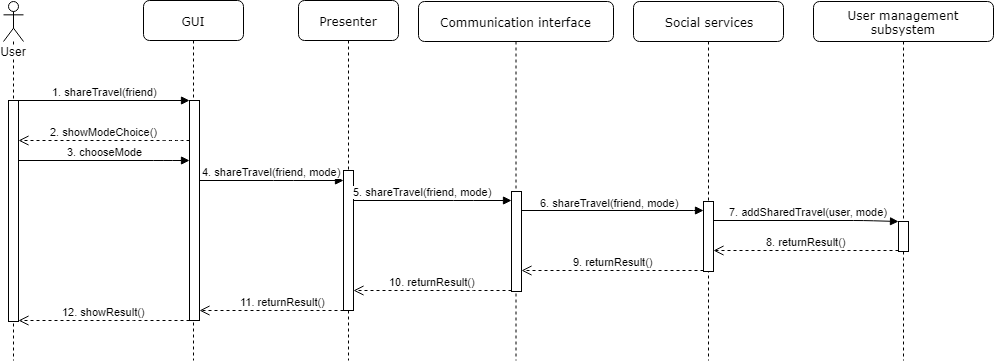
Before: Documents/images/shareTravel.png, a diagram exported from draw.io (dorotatomczak/TravelPlannerApp). Source tidied: cells renumbered, new cells last; positions are measured from the earlier drawing's top-left corner, leaving out a move shared by most shapes.
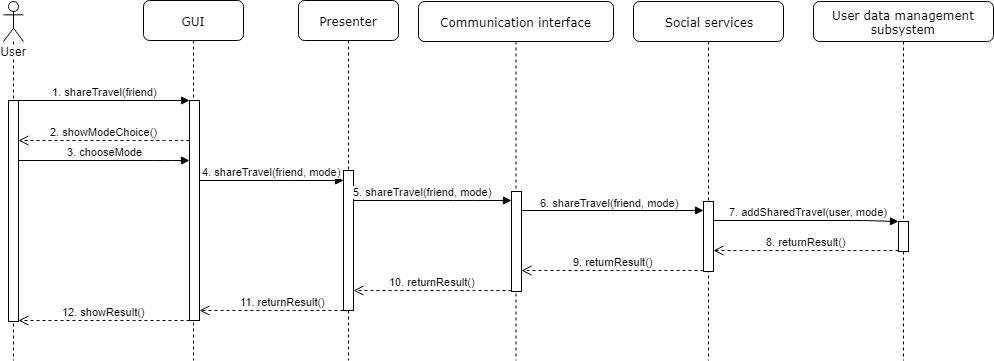
Above is the later version.

Change to the diagram source:
```diff
@@ -20,7 +20,7 @@
     <mxCell id="7" style="html=1;points=[];perimeter=orthogonalPerimeter;" parent="6" vertex="1">
       <mxGeometry x="93" y="190" width="10" height="100" as="geometry" />
     </mxCell>
-    <mxCell id="8" value="User management subsystem" style="shape=umlLifeline;perimeter=lifelinePerimeter;whiteSpace=wrap;html=1;rounded=1;shadow=0;comic=0;labelBackgroundColor=none;strokeColor=#000000;strokeWidth=1;fillColor=#FFFFFF;fontFamily=Verdana;fontSize=12;fontColor=#000000;align=center;" parent="1" vertex="1">
+    <mxCell id="8" value="User data management subsystem" style="shape=umlLifeline;perimeter=lifelinePerimeter;whiteSpace=wrap;html=1;rounded=1;shadow=0;comic=0;labelBackgroundColor=none;strokeColor=#000000;strokeWidth=1;fillColor=#FFFFFF;fontFamily=Verdana;fontSize=12;fontColor=#000000;align=center;" parent="1" vertex="1">
       <mxGeometry x="810" y="1" width="180" height="359" as="geometry" />
     </mxCell>
     <mxCell id="9" style="html=1;points=[];perimeter=orthogonalPerimeter;" parent="8" vertex="1">
```
